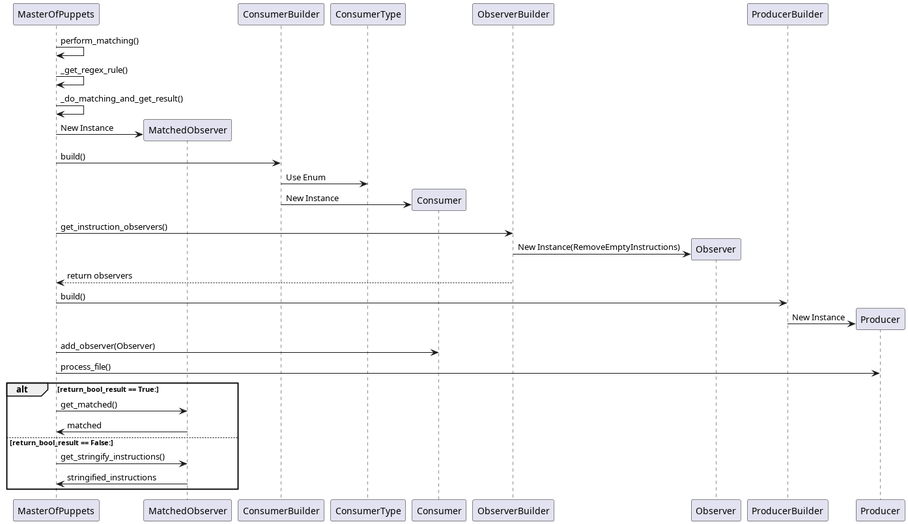
JukMR/JASM keeps this PlantUML diagram as design/match_module/sequence_diagram_match_module.png. Above is the earlier version. Its diagram source:
```plantuml
@startuml sequence_diagram_match_module_only
participant MasterOfPuppets
participant MatchedObserver
participant ConsumerBuilder
participant ConsumerType
participant Consumer
participant ObserverBuilder
participant Observer
participant ProducerBuilder
participant Producer

MasterOfPuppets -> MasterOfPuppets : perform_matching()
MasterOfPuppets -> MasterOfPuppets : _get_regex_rule()
MasterOfPuppets -> MasterOfPuppets : _do_matching_and_get_result()

create MatchedObserver
MasterOfPuppets -> MatchedObserver : New Instance

MasterOfPuppets -> ConsumerBuilder : build()
ConsumerBuilder -> ConsumerType : Use Enum

create Consumer
ConsumerBuilder -> Consumer : New Instance

MasterOfPuppets -> ObserverBuilder : get_instruction_observers()
create Observer
ObserverBuilder -> Observer : New Instance(RemoveEmptyInstructions)
ObserverBuilder --> MasterOfPuppets : return observers

MasterOfPuppets -> ProducerBuilder : build()
create Producer
ProducerBuilder -> Producer : New Instance

MasterOfPuppets -> Consumer : add_observer(Observer)
MasterOfPuppets -> Producer : process_file()

alt return_bool_result == True:
    MasterOfPuppets -> MatchedObserver : get_matched()
    MatchedObserver -> MasterOfPuppets: matched
else return_bool_result == False:
    MasterOfPuppets -> MatchedObserver : get_stringify_instructions()
    MatchedObserver -> MasterOfPuppets: stringified_instructions
end
@enduml
```
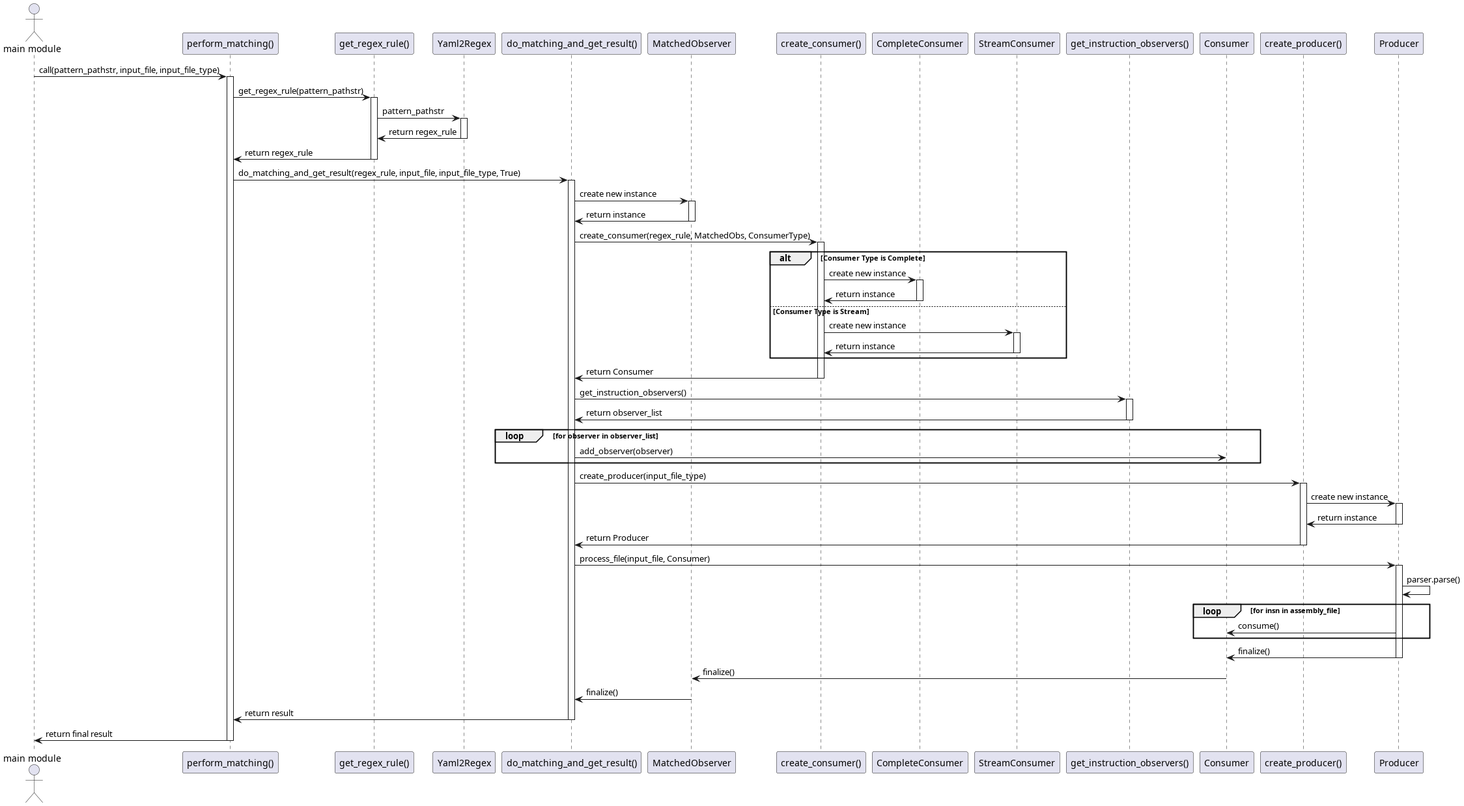
After the change.

Commit message:
Add sequence diagram for match module

Diff of the diagram source:
```diff
@@ -1,44 +1,88 @@
-@startuml sequence_diagram_match_module_only
-participant MasterOfPuppets
-participant MatchedObserver
-participant ConsumerBuilder
-participant ConsumerType
-participant Consumer
-participant ObserverBuilder
-participant Observer
-participant ProducerBuilder
-participant Producer
+@startuml sequence_diagram_whole_match_module
+actor "main module" as Main
+participant "perform_matching()" as PerformMatching
+participant "get_regex_rule()" as GetRegexRule
+participant "Yaml2Regex" as Yaml2Regex
+participant "do_matching_and_get_result()" as DoMatching
+participant "MatchedObserver" as MatchedObs
+participant "create_consumer()" as CreateConsumer
+participant "CompleteConsumer" as CompleteCons
+participant "StreamConsumer" as StreamCons
+participant "get_instruction_observers()" as GetObservers
+participant "Consumer" as Consumer
+participant "Producer" as Producer
+participant "create_producer()" as CreateProducer
+participant "ComposableProducer" as Producer
 
-MasterOfPuppets -> MasterOfPuppets : perform_matching()
-MasterOfPuppets -> MasterOfPuppets : _get_regex_rule()
-MasterOfPuppets -> MasterOfPuppets : _do_matching_and_get_result()
+Main -> PerformMatching: call(pattern_pathstr, input_file, input_file_type)
+activate PerformMatching
+PerformMatching -> GetRegexRule: get_regex_rule(pattern_pathstr)
+activate GetRegexRule
 
-create MatchedObserver
-MasterOfPuppets -> MatchedObserver : New Instance
+GetRegexRule -> Yaml2Regex: pattern_pathstr
+activate Yaml2Regex
+Yaml2Regex -> GetRegexRule: return regex_rule
+deactivate Yaml2Regex
 
-MasterOfPuppets -> ConsumerBuilder : build()
-ConsumerBuilder -> ConsumerType : Use Enum
+GetRegexRule -> PerformMatching: return regex_rule
+deactivate GetRegexRule
 
-create Consumer
-ConsumerBuilder -> Consumer : New Instance
+PerformMatching -> DoMatching: do_matching_and_get_result(regex_rule, input_file, input_file_type, True)
+activate DoMatching
 
-MasterOfPuppets -> ObserverBuilder : get_instruction_observers()
-create Observer
-ObserverBuilder -> Observer : New Instance(RemoveEmptyInstructions)
-ObserverBuilder --> MasterOfPuppets : return observers
+DoMatching -> MatchedObs: create new instance
+activate MatchedObs
+MatchedObs -> DoMatching: return instance
+deactivate MatchedObs
 
-MasterOfPuppets -> ProducerBuilder : build()
-create Producer
-ProducerBuilder -> Producer : New Instance
+DoMatching -> CreateConsumer: create_consumer(regex_rule, MatchedObs, ConsumerType)
+activate CreateConsumer
 
-MasterOfPuppets -> Consumer : add_observer(Observer)
-MasterOfPuppets -> Producer : process_file()
+alt Consumer Type is Complete
+    CreateConsumer -> CompleteCons: create new instance
+    activate CompleteCons
+    CompleteCons -> CreateConsumer: return instance
+    deactivate CompleteCons
+else Consumer Type is Stream
+    CreateConsumer -> StreamCons: create new instance
+    activate StreamCons
+    StreamCons -> CreateConsumer: return instance
+    deactivate StreamCons
+end
 
-alt return_bool_result == True:
-    MasterOfPuppets -> MatchedObserver : get_matched()
-    MatchedObserver -> MasterOfPuppets: matched
-else return_bool_result == False:
-    MasterOfPuppets -> MatchedObserver : get_stringify_instructions()
-    MatchedObserver -> MasterOfPuppets: stringified_instructions
+CreateConsumer -> DoMatching: return Consumer
+deactivate CreateConsumer
+
+DoMatching -> GetObservers: get_instruction_observers()
+activate GetObservers
+GetObservers -> DoMatching: return observer_list
+deactivate GetObservers
+
+loop for observer in observer_list
+    DoMatching -> Consumer: add_observer(observer)
 end
+
+DoMatching -> CreateProducer: create_producer(input_file_type)
+activate CreateProducer
+CreateProducer -> Producer: create new instance
+activate Producer
+Producer -> CreateProducer: return instance
+deactivate Producer
+CreateProducer -> DoMatching: return Producer
+deactivate CreateProducer
+
+DoMatching -> Producer: process_file(input_file, Consumer)
+activate Producer
+Producer -> Producer: parser.parse()
+loop for insn in assembly_file
+    Producer -> Consumer: consume()
+end
+Producer -> Consumer: finalize()
+deactivate Producer
+Consumer -> MatchedObs: finalize()
+MatchedObs -> DoMatching: finalize()
+DoMatching -> PerformMatching: return result
+deactivate DoMatching
+PerformMatching -> Main: return final result
+deactivate PerformMatching
 @enduml
```
